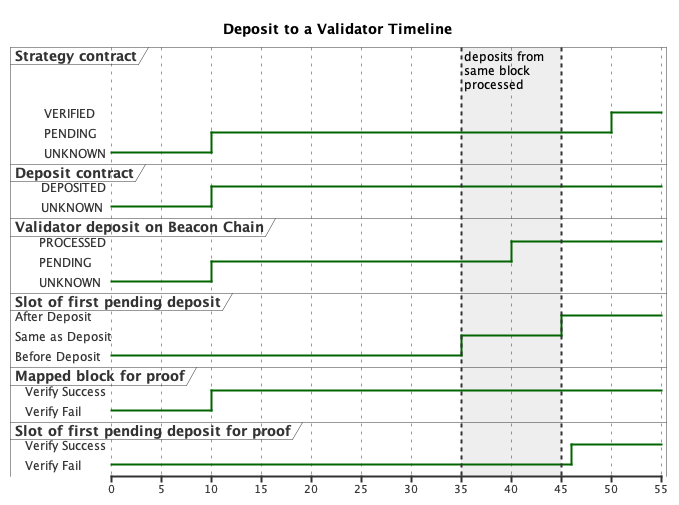
Earlier version of the PlantUML export contracts/docs/plantuml/depositTimeline.png (OriginProtocol/origin-dollar). Its diagram source:
```plantuml
@startuml

Title Deposit to a Validator Timeline

scale 5 as 50 pixels

robust "Strategy contract" as strat
robust "Deposit contract" as con
robust "Validator deposit on Beacon Chain" as beacon
robust "Slot of first pending deposit" as queue
robust "Mapped block for proof" as mb
robust "Slot of first pending deposit for proof" as fpd

@0
strat is UNKNOWN
con is UNKNOWN
beacon is UNKNOWN
queue is "Before Deposit"
mb is "Verify Fail"
fpd is "Verify Fail"

@+10
strat is PENDING
con is DEPOSITED
beacon is PENDING
mb is "Verify Success"

note top of strat : stakeETH

@+30
beacon is PROCESSED

@+10
strat is VERIFIED

@35
queue is "Same as Deposit"
@45
queue is "After Deposit"
@46
fpd is "Verify Success"


highlight 35 to 45 : deposits from\nsame block\nprocessed

@enduml
```
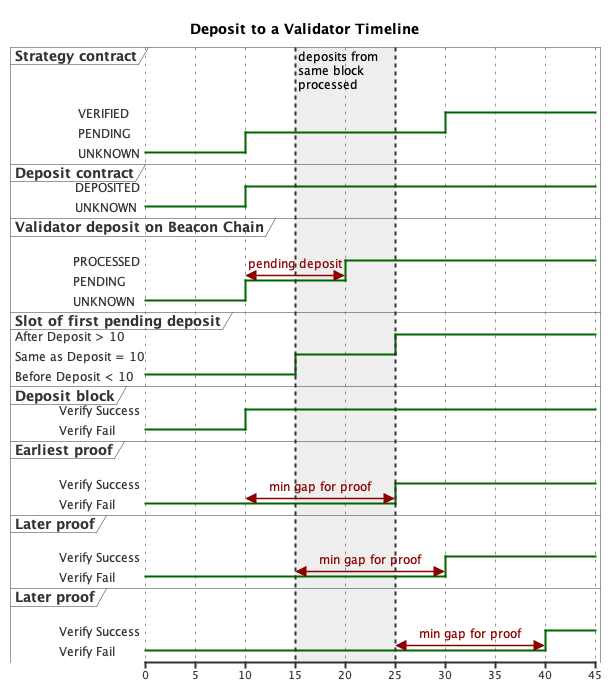
The same file after the commit.

What changed in the source:
```diff
@@ -7,40 +7,52 @@
 robust "Strategy contract" as strat
 robust "Deposit contract" as con
 robust "Validator deposit on Beacon Chain" as beacon
+@10 <-> @20 : pending deposit
 robust "Slot of first pending deposit" as queue
-robust "Mapped block for proof" as mb
-robust "Slot of first pending deposit for proof" as fpd
+robust "Deposit block" as mb
+robust "Earliest proof" as fpd
+@10 <-> @25 : min gap for proof
+robust "Later proof" as fpd2
+@15 <-> @30 : min gap for proof
+robust "Later proof" as fpd3
+@25 <-> @40 : min gap for proof
+
 
 @0
 strat is UNKNOWN
 con is UNKNOWN
 beacon is UNKNOWN
-queue is "Before Deposit"
+queue is "Before Deposit < 10"
 mb is "Verify Fail"
 fpd is "Verify Fail"
+fpd2 is "Verify Fail"
+fpd3 is "Verify Fail"
 
-@+10
+@10
 strat is PENDING
 con is DEPOSITED
 beacon is PENDING
 mb is "Verify Success"
 
-note top of strat : stakeETH
+@15
+queue is "Same as Deposit = 10"
 
-@+30
+@20
 beacon is PROCESSED
 
-@+10
-strat is VERIFIED
-
-@35
-queue is "Same as Deposit"
-@45
-queue is "After Deposit"
-@46
+@25
+queue is "After Deposit > 10"
 fpd is "Verify Success"
 
+@30
+strat is VERIFIED
+fpd2 is "Verify Success"
 
-highlight 35 to 45 : deposits from\nsame block\nprocessed
+@40
+fpd3 is "Verify Success"
+
+
+
+highlight 15 to 25 : deposits from\nsame block\nprocessed
 
 @enduml
```
